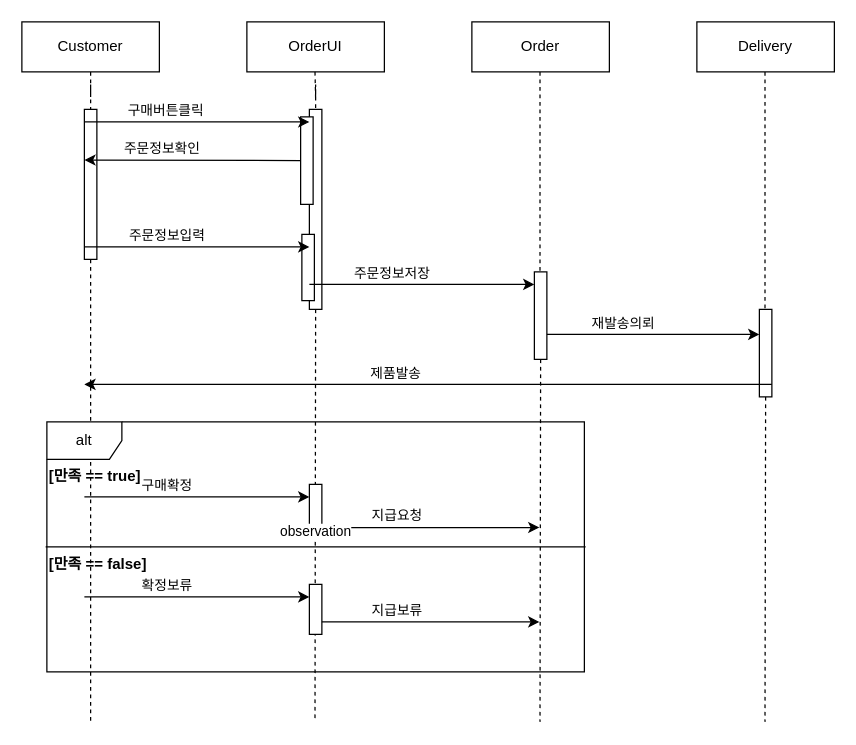
Earlier version of the draw.io diagram page "페이지-1" (1 of 2) of 시퀀스다이어그램.drawio (hyun10144/Lecture3-1). Source tidied: cells renumbered, new cells numbered last; positions are measured from the earlier drawing's top-left corner, leaving out a move shared by most shapes. Both pictures are drawn from the tidied source at 125%, with x=0, y=0 at pixel (21, 21).
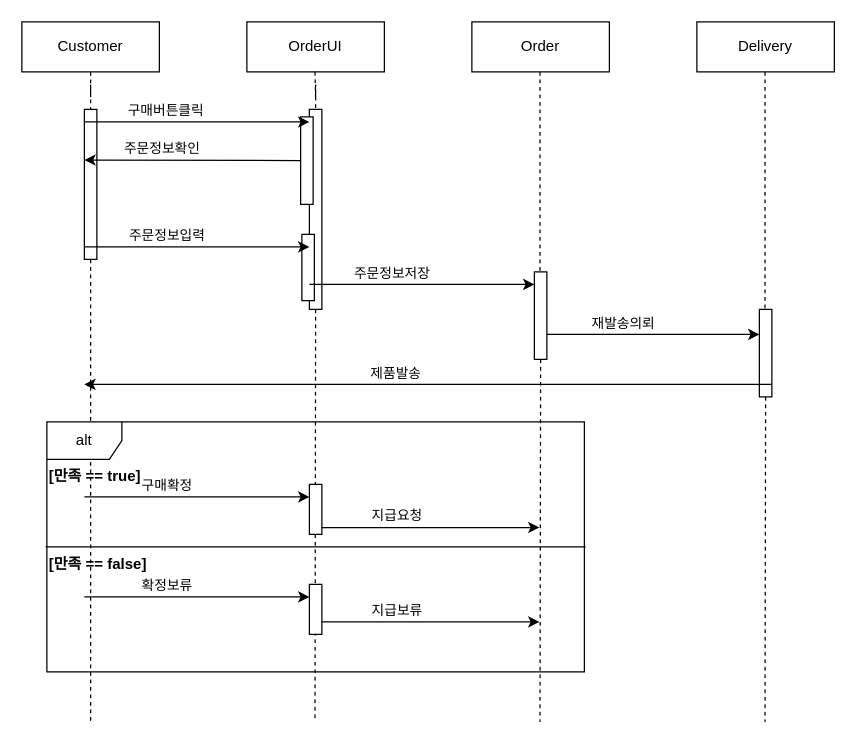
Above is the later version.

Commit message (it also covers changes not shown here):
시퀀스다이어그램.drawio 업데이트

Change to the diagram source:
```diff
@@
-    <mxCell id="45" value="observation" style="endArrow=none;html=1;endSize=12;startArrow=none;startSize=14;startFill=0;edgeStyle=orthogonalEdgeStyle;align=center;verticalAlign=bottom;endFill=0;rounded=0;" parent="1" edge="1">
-      <mxGeometry y="3" relative="1" as="geometry">
+    <mxCell id="45" style="endArrow=none;html=1;endSize=12;startArrow=none;startSize=14;startFill=0;edgeStyle=orthogonalEdgeStyle;align=center;verticalAlign=bottom;endFill=0;rounded=0;" parent="1" edge="1">
+      <mxGeometry x="-0.27" y="22" relative="1" as="geometry">
         <mxPoint x="19" y="420" as="sourcePoint" />
         <mxPoint x="451" y="420" as="targetPoint" />
+        <mxPoint x="1" as="offset" />
       </mxGeometry>
     </mxCell>
```
